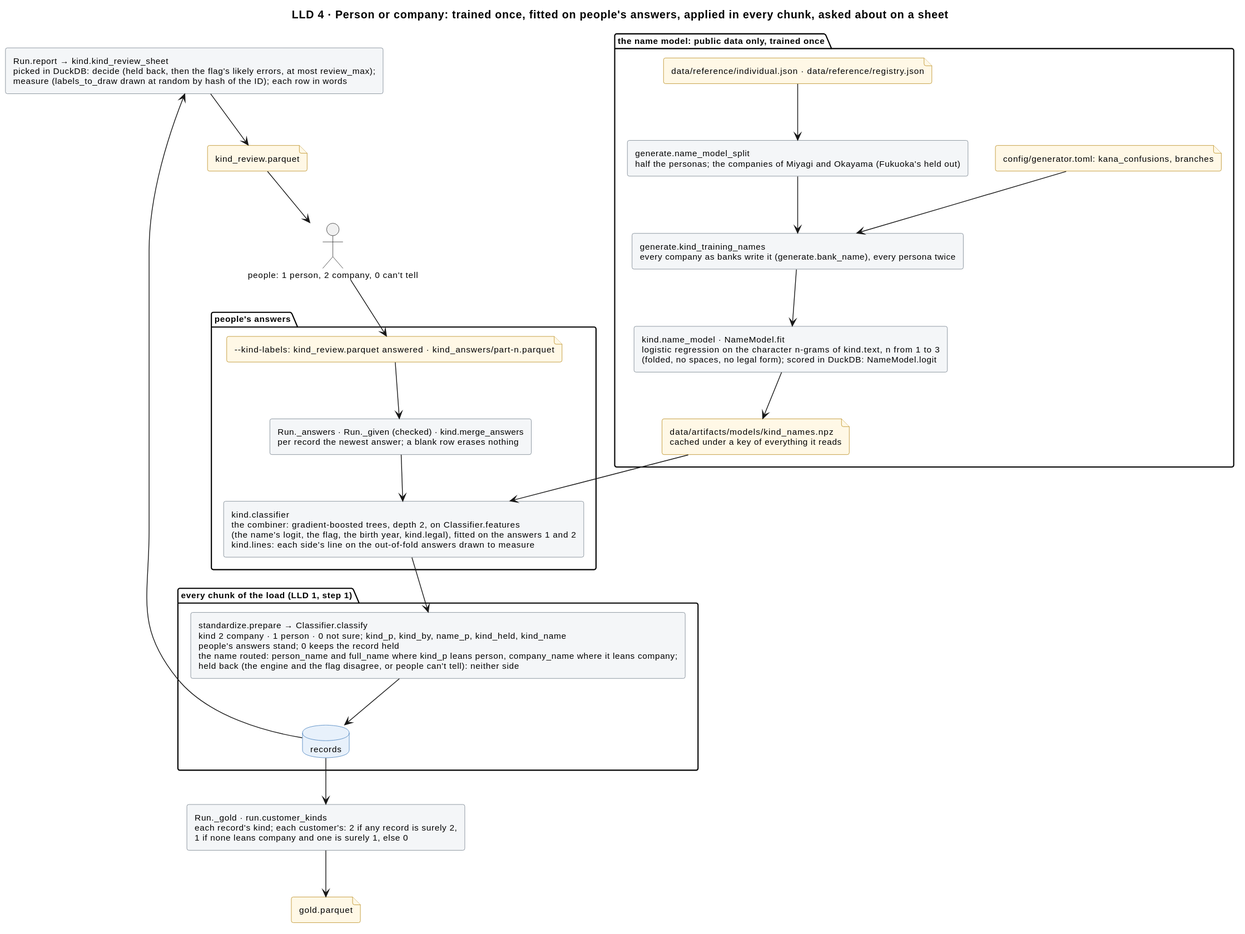
This is docs/diagrams/kind.svg from mvsbm/entity_matching, a PlantUML export, as it was before one commit.
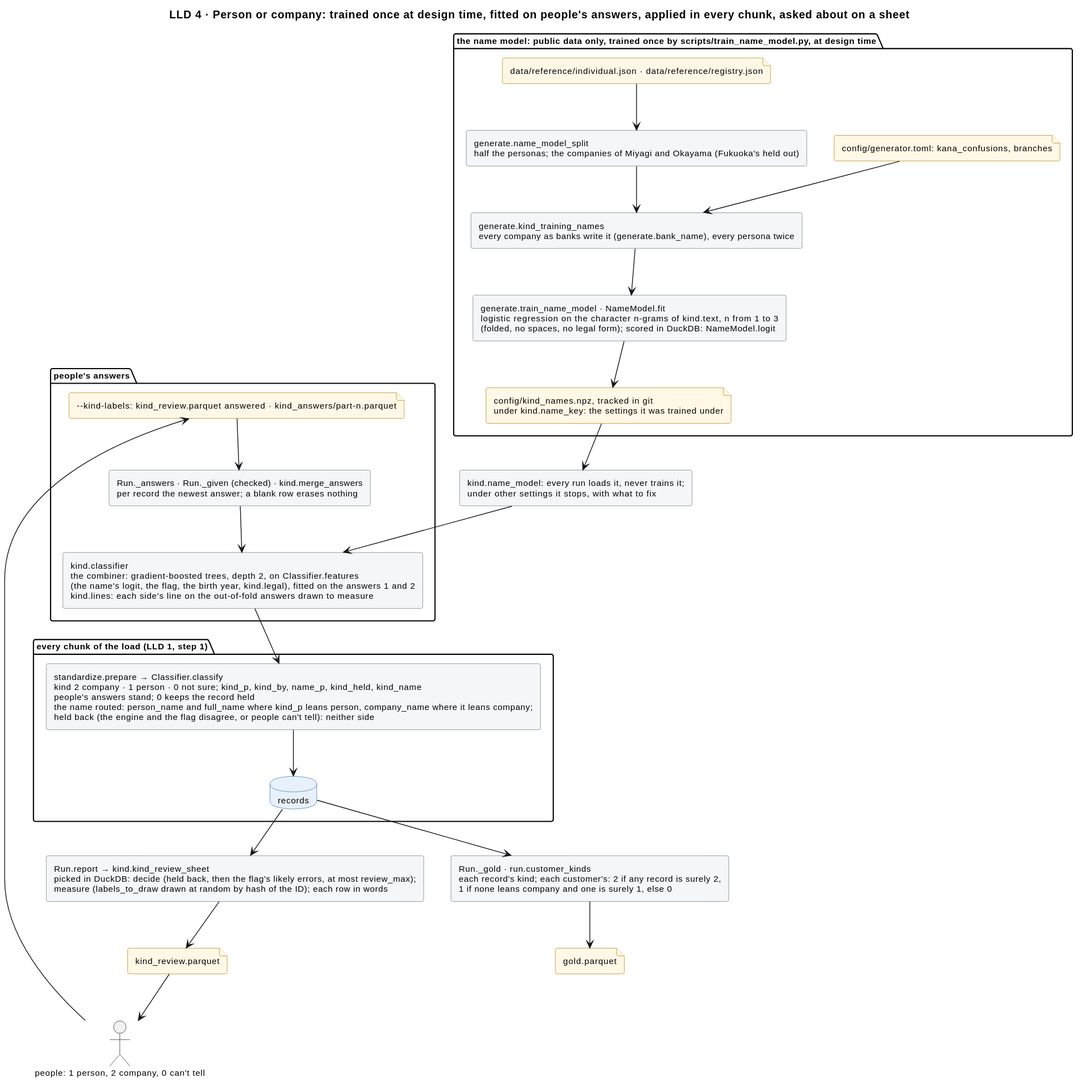
The same diagram one commit later.

Change to the diagram source:
```diff
@@ -1,5 +1,5 @@
 @startuml
-title LLD 4 · Person or company: trained once, fitted on people's answers, applied in every chunk, asked about on a sheet
+title LLD 4 · Person or company: trained once at design time, fitted on people's answers, applied in every chunk, asked about on a sheet
 skinparam defaultFontSize 11
 skinparam rectangle {
   BackgroundColor #F4F6F8
@@ -14,14 +14,15 @@
   BorderColor #B07D00
 }
 
-package "the name model: public data only, trained once" {
+package "the name model: public data only, trained once by scripts/train_name_model.py, at design time" {
   file "data/reference/individual.json · data/reference/registry.json" as f_ref
   file "config/generator.toml: kana_confusions, branches" as f_gen
   rectangle "generate.name_model_split\nhalf the personas; the companies of Miyagi and Okayama (Fukuoka's held out)" as split
   rectangle "generate.kind_training_names\nevery company as banks write it (generate.bank_name), every persona twice" as names
-  rectangle "kind.name_model · NameModel.fit\nlogistic regression on the character n-grams of kind.text, n from 1 to 3\n(folded, no spaces, no legal form); scored in DuckDB: NameModel.logit" as model
-  file "data/artifacts/models/kind_names.npz\ncached under a key of everything it reads" as f_cache
+  rectangle "generate.train_name_model · NameModel.fit\nlogistic regression on the character n-grams of kind.text, n from 1 to 3\n(folded, no spaces, no legal form); scored in DuckDB: NameModel.logit" as model
+  file "config/kind_names.npz, tracked in git\nunder kind.name_key: the settings it was trained under" as f_cache
 }
+rectangle "kind.name_model: every run loads it, never trains it;\nunder other settings it stops, with what to fix" as load
 
 package "people's answers" {
   file "~--kind-labels: kind_review.parquet answered · kind_answers/part-n.parquet" as f_answers
@@ -45,7 +46,8 @@
 f_gen --> names
 names --> model
 model --> f_cache
-f_cache --> fit
+f_cache --> load
+load --> fit
 f_answers --> merge
 merge --> fit
 fit --> classify
```
